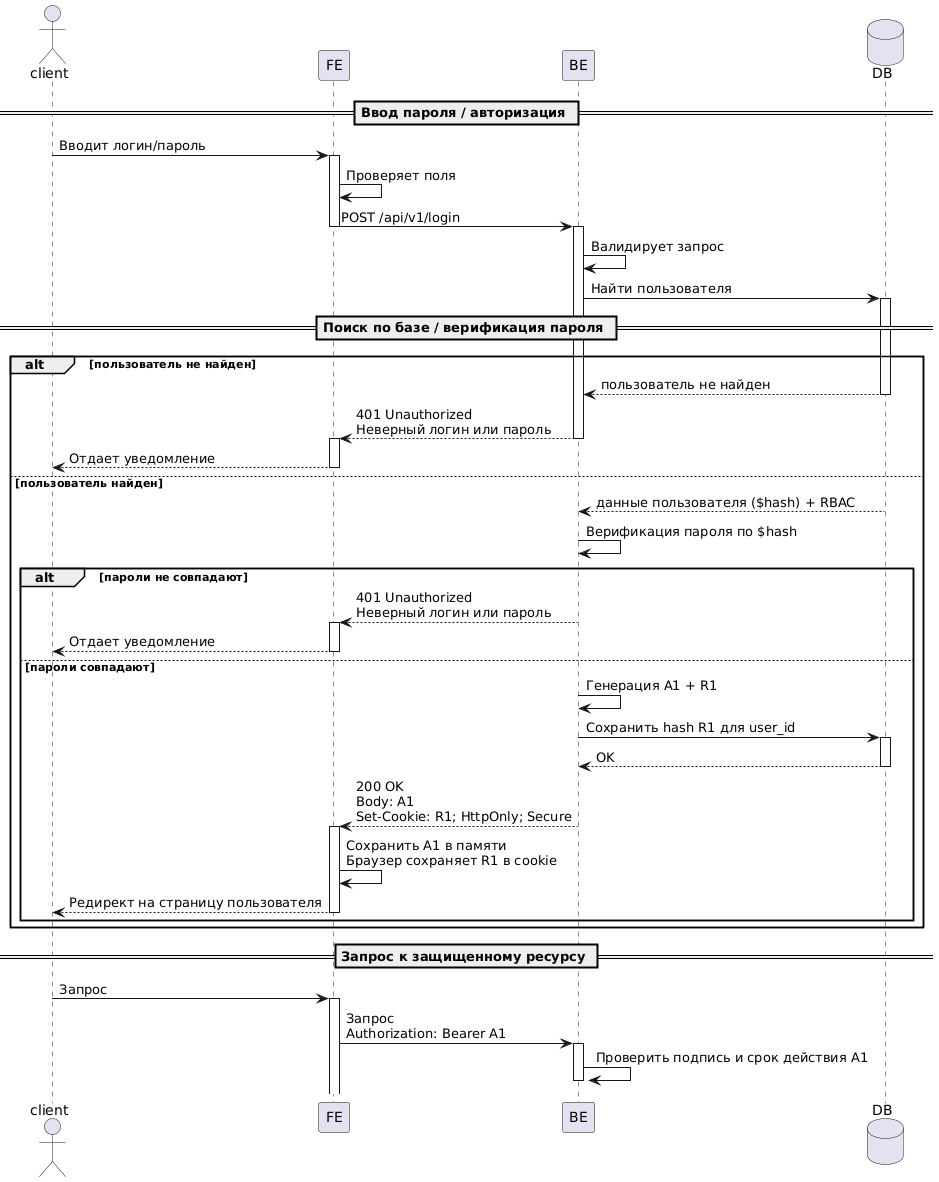
reshetovsn/system-analyst-portfolio keeps this PlantUML diagram as diagrams/uml/sequence/course-marketplace-auth-sequence.png. Above is the earlier version.
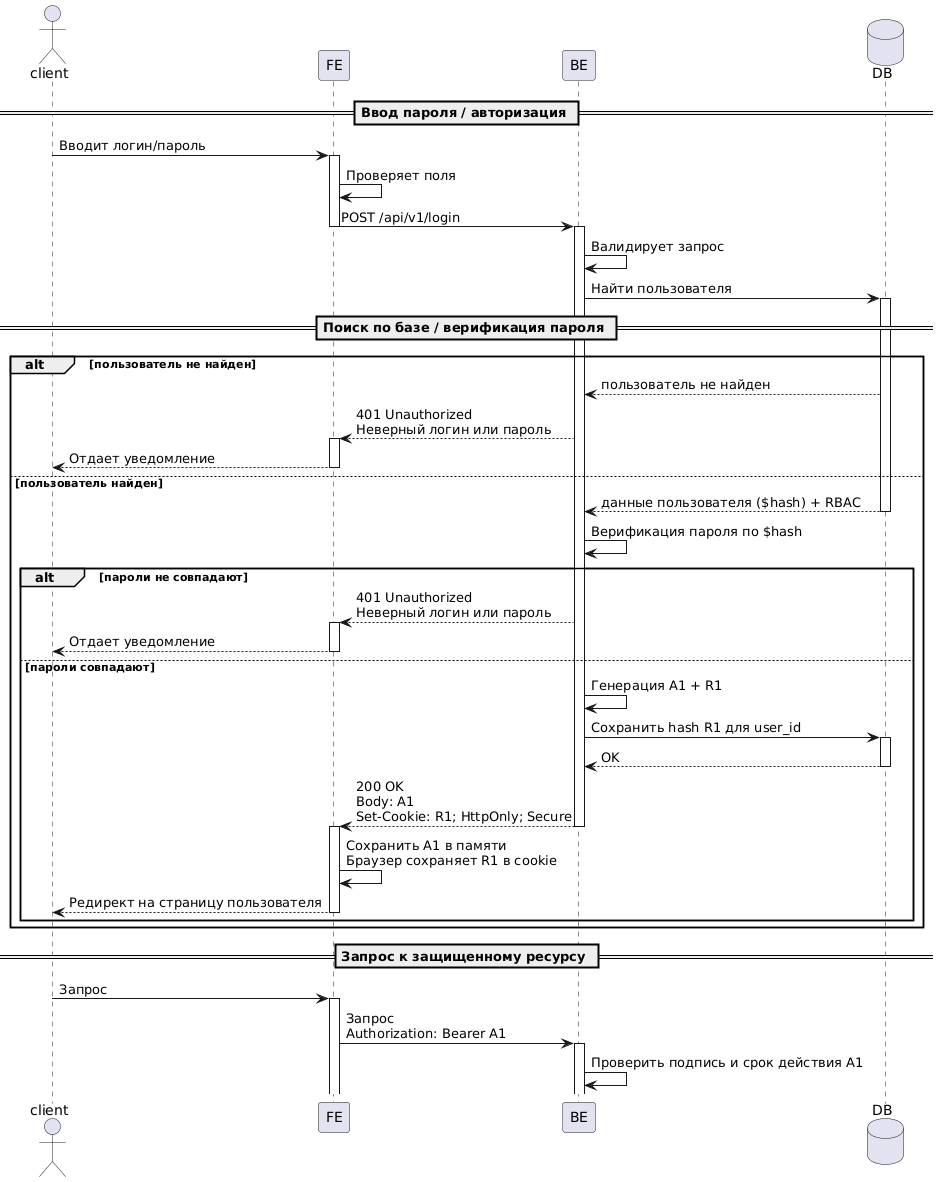
Above is the later version.

Commit message:
docs: refine auth sequence diagram

Change to the diagram source:
```diff
@@ -13,14 +13,14 @@
 
 == Поиск по базе / верификация пароля ==
 alt пользователь не найден
-DB --> BE -- : пользователь не найден
-BE --> FE --++ : 401 Unauthorized\nНеверный логин или пароль
+DB --> BE  : пользователь не найден
+BE --> FE ++ : 401 Unauthorized\nНеверный логин или пароль
 FE --> client -- : Отдает уведомление
 else пользователь найден
 DB --> BE -- : данные пользователя ($hash) + RBAC
 BE -> BE : Верификация пароля по $hash
 alt пароли не совпадают
-BE --> FE --++ : 401 Unauthorized\nНеверный логин или пароль
+BE --> FE ++ : 401 Unauthorized\nНеверный логин или пароль
 FE --> client -- : Отдает уведомление
 else пароли совпадают
 BE -> BE : Генерация A1 + R1
@@ -35,5 +35,5 @@
 == Запрос к защищенному ресурсу ==
 client -> FE ++ : Запрос
 FE -> BE ++ : Запрос\nAuthorization: Bearer A1
-BE -> BE ++: Проверить подпись и срок действия A1
+BE -> BE : Проверить подпись и срок действия A1
 @enduml
```
